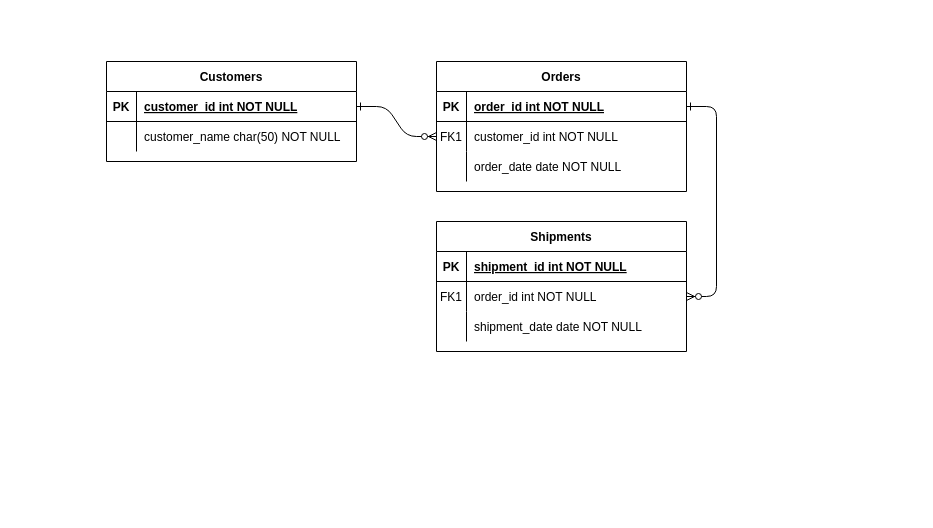
Before: Diagrama sin título.drawio in nayrariosaguilar/OdooStickerModule, a draw.io diagram. Source tidied: cells renumbered, new cells numbered last; positions are measured from the earlier drawing's top-left corner, leaving out a move shared by most shapes. Both pictures are drawn from the tidied source at 100%, with x=0, y=0 at pixel (106, 61).
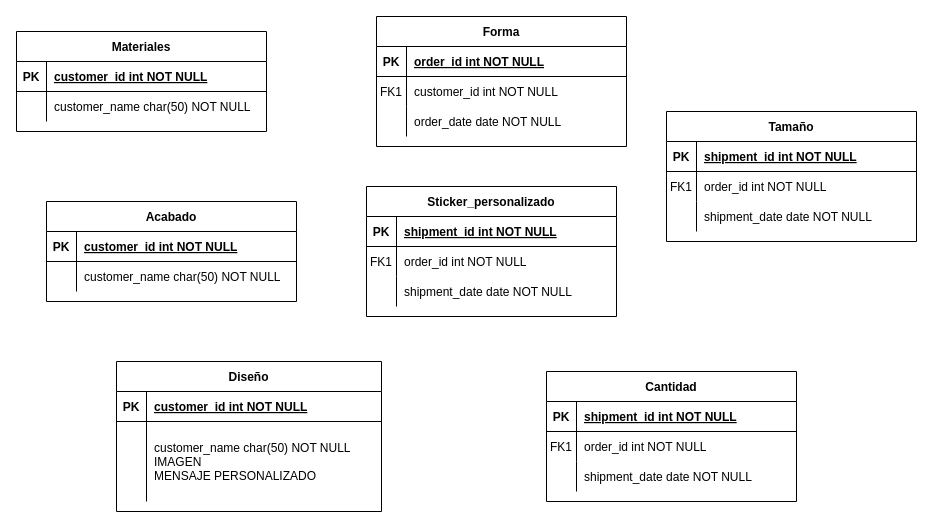
Above is the later version.

Commit message:
Entities finish?

Unchanged cells that the change refers to:
```xml
<mxCell id="5" style="shape=partialRectangle;fillColor=none;points=[[0,0.5],[1,0.5]];portConstraint=eastwest;top=0;left=0;right=0;bottom=1;" parent="4" vertex="1">
  <mxGeometry y="30" width="250" height="30" as="geometry" />
</mxCell>
<mxCell id="8" style="shape=partialRectangle;fillColor=none;points=[[0,0.5],[1,0.5]];portConstraint=eastwest;top=0;left=0;right=0;bottom=0;" parent="4" vertex="1">
  <mxGeometry y="60" width="250" height="30" as="geometry" />
</mxCell>
<mxCell id="18" style="shape=partialRectangle;fillColor=none;points=[[0,0.5],[1,0.5]];portConstraint=eastwest;top=0;left=0;right=0;bottom=0;" parent="14" vertex="1">
  <mxGeometry y="60" width="250" height="30" as="geometry" />
</mxCell>
<mxCell id="25" style="shape=partialRectangle;fillColor=none;points=[[0,0.5],[1,0.5]];portConstraint=eastwest;top=0;left=0;right=0;bottom=1;" parent="24" vertex="1">
  <mxGeometry y="30" width="250" height="30" as="geometry" />
</mxCell>
```

The edit, as a diff of the source:
```diff
@@
-    <mxCell id="2" style="edgeStyle=entityRelationEdgeStyle;endArrow=ERzeroToMany;startArrow=ERone;endFill=1;startFill=0;" parent="1" edge="1" source="25" target="8">
-      <mxGeometry relative="1" as="geometry" />
-    </mxCell>
-    <mxCell id="3" style="edgeStyle=entityRelationEdgeStyle;endArrow=ERzeroToMany;startArrow=ERone;endFill=1;startFill=0;" parent="1" edge="1" source="5" target="18">
-      <mxGeometry relative="1" as="geometry" />
-    </mxCell>
-    <mxCell id="4" value="Orders" style="shape=table;startSize=30;childLayout=tableLayout;rowLines=0;fontStyle=1;align=center;" parent="1" vertex="1">
-      <mxGeometry x="330" width="250" height="130" as="geometry" />
+    <mxCell id="4" value="Forma" style="shape=table;startSize=30;childLayout=tableLayout;rowLines=0;fontStyle=1;align=center;" parent="1" vertex="1">
+      <mxGeometry x="270" y="-45" width="250" height="130" as="geometry" />
     </mxCell>
@@
-    <mxCell id="14" value="Shipments" style="shape=table;startSize=30;childLayout=tableLayout;rowLines=0;fontStyle=1;align=center;" parent="1" vertex="1">
-      <mxGeometry x="330" y="160" width="250" height="130" as="geometry" />
+    <mxCell id="14" value="Tamaño" style="shape=table;startSize=30;childLayout=tableLayout;rowLines=0;fontStyle=1;align=center;" parent="1" vertex="1">
+      <mxGeometry x="560" y="50" width="250" height="130" as="geometry" />
     </mxCell>
@@
-    <mxCell id="24" value="Customers" style="shape=table;startSize=30;childLayout=tableLayout;rowLines=0;fontStyle=1;align=center;" parent="1" vertex="1">
-      <mxGeometry width="250" height="100" as="geometry" />
+    <mxCell id="24" value="Materiales" style="shape=table;startSize=30;childLayout=tableLayout;rowLines=0;fontStyle=1;align=center;" parent="1" vertex="1">
+      <mxGeometry x="-90" y="-30" width="250" height="100" as="geometry" />
     </mxCell>
@@
+    <mxCell id="31" value="Acabado" style="shape=table;startSize=30;childLayout=tableLayout;rowLines=0;fontStyle=1;align=center;" parent="1" vertex="1">
+      <mxGeometry x="-60" y="140" width="250" height="100" as="geometry" />
+    </mxCell>
+    <mxCell id="32" style="shape=partialRectangle;fillColor=none;top=0;left=0;right=0;bottom=1;" parent="31" vertex="1">
+      <mxGeometry y="30" width="250" height="30" as="geometry" />
+    </mxCell>
+    <mxCell id="33" value="PK" style="shape=partialRectangle;overflow=hidden;fillColor=none;top=0;left=0;bottom=0;right=0;fontStyle=1;" parent="32" vertex="1">
+      <mxGeometry width="30" height="30" as="geometry" />
+    </mxCell>
+    <mxCell id="34" value="customer_id int NOT NULL " style="shape=partialRectangle;overflow=hidden;fillColor=none;top=0;left=0;bottom=0;right=0;align=left;spacingLeft=6;fontStyle=5;" parent="32" vertex="1">
+      <mxGeometry x="30" width="220" height="30" as="geometry" />
+    </mxCell>
+    <mxCell id="35" style="shape=partialRectangle;fillColor=none;top=0;left=0;right=0;bottom=0;" parent="31" vertex="1">
+      <mxGeometry y="60" width="250" height="30" as="geometry" />
+    </mxCell>
+    <mxCell id="36" style="shape=partialRectangle;overflow=hidden;fillColor=none;top=0;left=0;bottom=0;right=0;" parent="35" vertex="1">
+      <mxGeometry width="30" height="30" as="geometry" />
+    </mxCell>
+    <mxCell id="37" value="customer_name char(50) NOT NULL" style="shape=partialRectangle;overflow=hidden;fillColor=none;top=0;left=0;bottom=0;right=0;align=left;spacingLeft=6;" parent="35" vertex="1">
+      <mxGeometry x="30" width="220" height="30" as="geometry" />
+    </mxCell>
+    <mxCell id="38" value="Cantidad" style="shape=table;startSize=30;childLayout=tableLayout;rowLines=0;fontStyle=1;align=center;" parent="1" vertex="1">
+      <mxGeometry x="440" y="310" width="250" height="130" as="geometry" />
+    </mxCell>
+    <mxCell id="39" style="shape=partialRectangle;fillColor=none;top=0;left=0;right=0;bottom=1;" parent="38" vertex="1">
+      <mxGeometry y="30" width="250" height="30" as="geometry" />
+    </mxCell>
+    <mxCell id="40" value="PK" style="shape=partialRectangle;overflow=hidden;fillColor=none;top=0;left=0;bottom=0;right=0;fontStyle=1;" parent="39" vertex="1">
+      <mxGeometry width="30" height="30" as="geometry" />
+    </mxCell>
+    <mxCell id="41" value="shipment_id int NOT NULL " style="shape=partialRectangle;overflow=hidden;fillColor=none;top=0;left=0;bottom=0;right=0;align=left;spacingLeft=6;fontStyle=5;" parent="39" vertex="1">
+      <mxGeometry x="30" width="220" height="30" as="geometry" />
+    </mxCell>
+    <mxCell id="42" style="shape=partialRectangle;fillColor=none;top=0;left=0;right=0;bottom=0;" parent="38" vertex="1">
+      <mxGeometry y="60" width="250" height="30" as="geometry" />
+    </mxCell>
+    <mxCell id="43" value="FK1" style="shape=partialRectangle;overflow=hidden;fillColor=none;top=0;left=0;bottom=0;right=0;" parent="42" vertex="1">
+      <mxGeometry width="30" height="30" as="geometry" />
+    </mxCell>
+    <mxCell id="44" value="order_id int NOT NULL" style="shape=partialRectangle;overflow=hidden;fillColor=none;top=0;left=0;bottom=0;right=0;align=left;spacingLeft=6;" parent="42" vertex="1">
+      <mxGeometry x="30" width="220" height="30" as="geometry" />
+    </mxCell>
+    <mxCell id="45" style="shape=partialRectangle;fillColor=none;top=0;left=0;right=0;bottom=0;" parent="38" vertex="1">
+      <mxGeometry y="90" width="250" height="30" as="geometry" />
+    </mxCell>
+    <mxCell id="46" style="shape=partialRectangle;overflow=hidden;fillColor=none;top=0;left=0;bottom=0;right=0;" parent="45" vertex="1">
+      <mxGeometry width="30" height="30" as="geometry" />
+    </mxCell>
+    <mxCell id="47" value="shipment_date date NOT NULL" style="shape=partialRectangle;overflow=hidden;fillColor=none;top=0;left=0;bottom=0;right=0;align=left;spacingLeft=6;" parent="45" vertex="1">
+      <mxGeometry x="30" width="220" height="30" as="geometry" />
+    </mxCell>
+    <mxCell id="48" value="Sticker_personalizado" style="shape=table;startSize=30;childLayout=tableLayout;rowLines=0;fontStyle=1;align=center;" parent="1" vertex="1">
+      <mxGeometry x="260" y="125" width="250" height="130" as="geometry" />
+    </mxCell>
+    <mxCell id="49" style="shape=partialRectangle;fillColor=none;top=0;left=0;right=0;bottom=1;" parent="48" vertex="1">
+      <mxGeometry y="30" width="250" height="30" as="geometry" />
+    </mxCell>
+    <mxCell id="50" value="PK" style="shape=partialRectangle;overflow=hidden;fillColor=none;top=0;left=0;bottom=0;right=0;fontStyle=1;" parent="49" vertex="1">
+      <mxGeometry width="30" height="30" as="geometry" />
+    </mxCell>
+    <mxCell id="51" value="shipment_id int NOT NULL " style="shape=partialRectangle;overflow=hidden;fillColor=none;top=0;left=0;bottom=0;right=0;align=left;spacingLeft=6;fontStyle=5;" parent="49" vertex="1">
+      <mxGeometry x="30" width="220" height="30" as="geometry" />
+    </mxCell>
+    <mxCell id="52" style="shape=partialRectangle;fillColor=none;top=0;left=0;right=0;bottom=0;" parent="48" vertex="1">
+      <mxGeometry y="60" width="250" height="30" as="geometry" />
+    </mxCell>
+    <mxCell id="53" value="FK1" style="shape=partialRectangle;overflow=hidden;fillColor=none;top=0;left=0;bottom=0;right=0;" parent="52" vertex="1">
+      <mxGeometry width="30" height="30" as="geometry" />
+    </mxCell>
+    <mxCell id="54" value="order_id int NOT NULL" style="shape=partialRectangle;overflow=hidden;fillColor=none;top=0;left=0;bottom=0;right=0;align=left;spacingLeft=6;" parent="52" vertex="1">
+      <mxGeometry x="30" width="220" height="30" as="geometry" />
+    </mxCell>
+    <mxCell id="55" style="shape=partialRectangle;fillColor=none;top=0;left=0;right=0;bottom=0;" parent="48" vertex="1">
+      <mxGeometry y="90" width="250" height="30" as="geometry" />
+    </mxCell>
+    <mxCell id="56" style="shape=partialRectangle;overflow=hidden;fillColor=none;top=0;left=0;bottom=0;right=0;" parent="55" vertex="1">
+      <mxGeometry width="30" height="30" as="geometry" />
+    </mxCell>
+    <mxCell id="57" value="shipment_date date NOT NULL" style="shape=partialRectangle;overflow=hidden;fillColor=none;top=0;left=0;bottom=0;right=0;align=left;spacingLeft=6;" parent="55" vertex="1">
+      <mxGeometry x="30" width="220" height="30" as="geometry" />
+    </mxCell>
+    <mxCell id="58" value="Diseño" style="shape=table;startSize=30;childLayout=tableLayout;rowLines=0;fontStyle=1;align=center;" parent="1" vertex="1">
+      <mxGeometry x="10" y="300" width="265" height="150" as="geometry" />
+    </mxCell>
+    <mxCell id="59" style="shape=partialRectangle;fillColor=none;top=0;left=0;right=0;bottom=1;" parent="58" vertex="1">
+      <mxGeometry y="30" width="265" height="30" as="geometry" />
+    </mxCell>
+    <mxCell id="60" value="PK" style="shape=partialRectangle;overflow=hidden;fillColor=none;top=0;left=0;bottom=0;right=0;fontStyle=1;" parent="59" vertex="1">
+      <mxGeometry width="30" height="30" as="geometry" />
+    </mxCell>
+    <mxCell id="61" value="customer_id int NOT NULL " style="shape=partialRectangle;overflow=hidden;fillColor=none;top=0;left=0;bottom=0;right=0;align=left;spacingLeft=6;fontStyle=5;" parent="59" vertex="1">
+      <mxGeometry x="30" width="235" height="30" as="geometry" />
+    </mxCell>
+    <mxCell id="62" style="shape=partialRectangle;fillColor=none;top=0;left=0;right=0;bottom=0;" parent="58" vertex="1">
+      <mxGeometry y="60" width="265" height="80" as="geometry" />
+    </mxCell>
+    <mxCell id="63" style="shape=partialRectangle;overflow=hidden;fillColor=none;top=0;left=0;bottom=0;right=0;" parent="62" vertex="1">
+      <mxGeometry width="30" height="80" as="geometry" />
+    </mxCell>
+    <mxCell id="64" value="customer_name char(50) NOT NULL&#10;IMAGEN&#10;MENSAJE PERSONALIZADO" style="shape=partialRectangle;overflow=hidden;fillColor=none;top=0;left=0;bottom=0;right=0;align=left;spacingLeft=6;" parent="62" vertex="1">
+      <mxGeometry x="30" width="235" height="80" as="geometry" />
+    </mxCell>
```
